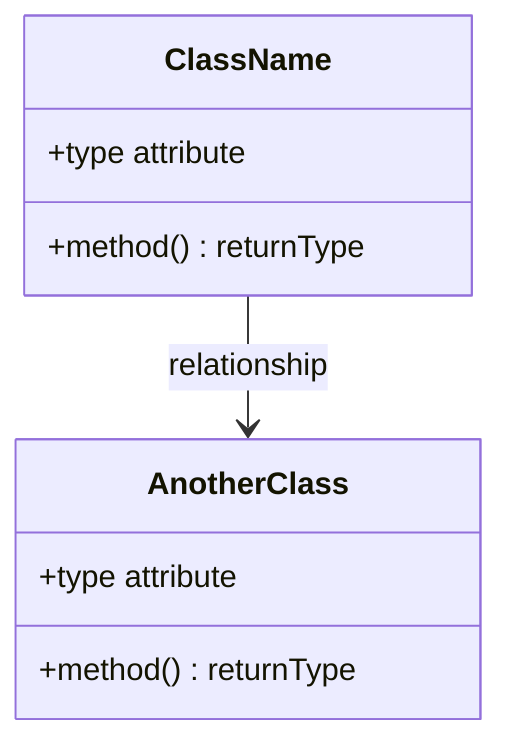
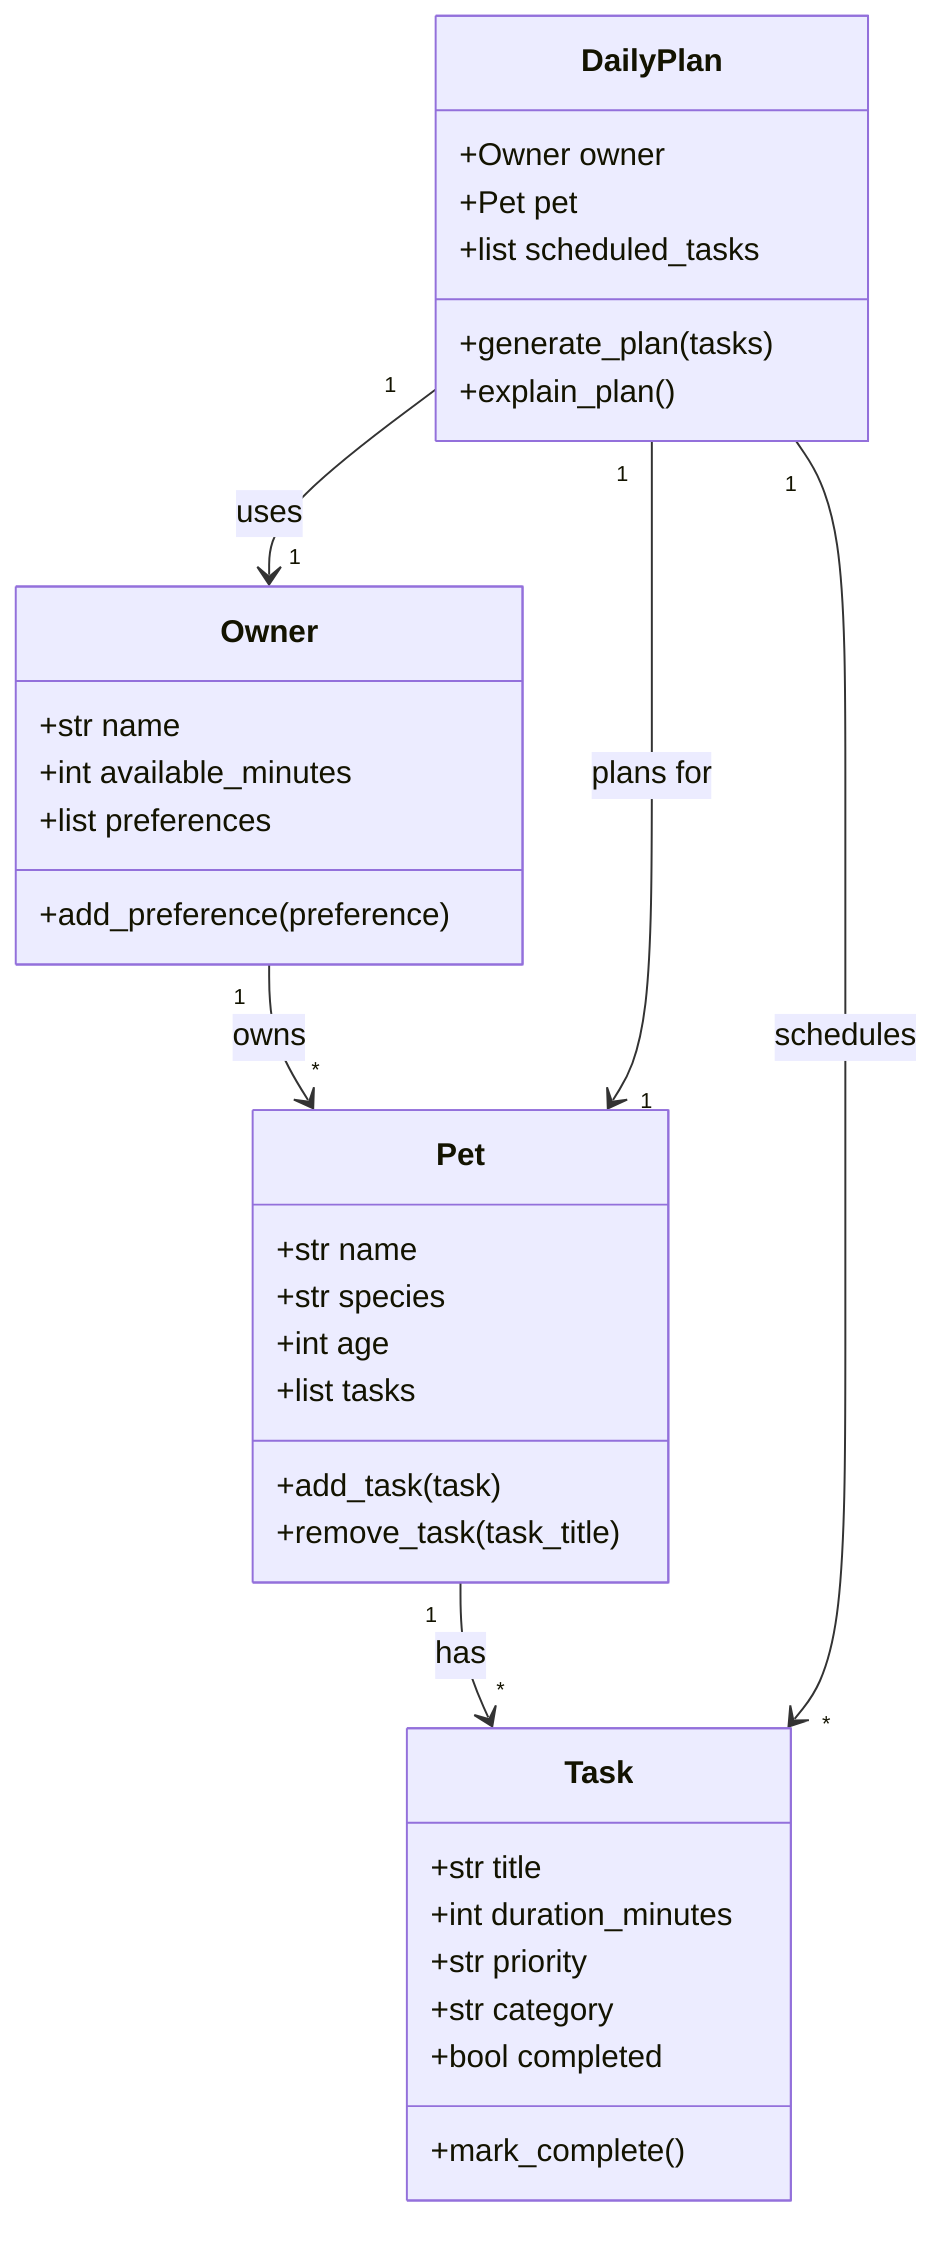
classDiagram
-     %% Replace the placeholders below with your actual classes, attributes, methods, and relationships.
-     %% Keep this file updated so it matches your final implementation.
- 
-     class ClassName {
-         +type attribute
-         +method() returnType
+     class Owner {
+         +str name
+         +int available_minutes
+         +list preferences
+         +add_preference(preference)
    }

-     class AnotherClass {
-         +type attribute
-         +method() returnType
+     class Pet {
+         +str name
+         +str species
+         +int age
+         +list tasks
+         +add_task(task)
+         +remove_task(task_title)
    }

-     ClassName --> AnotherClass : relationship
+     class Task {
+         +str title
+         +int duration_minutes
+         +str priority
+         +str category
+         +bool completed
+         +mark_complete()
+     }
+ 
+     class DailyPlan {
+         +Owner owner
+         +Pet pet
+         +list scheduled_tasks
+         +generate_plan(tasks)
+         +explain_plan()
+     }
+ 
+     Owner "1" --> "*" Pet : owns
+     Pet "1" --> "*" Task : has
+     DailyPlan "1" --> "1" Owner : uses
+     DailyPlan "1" --> "1" Pet : plans for
+     DailyPlan "1" --> "*" Task : schedules